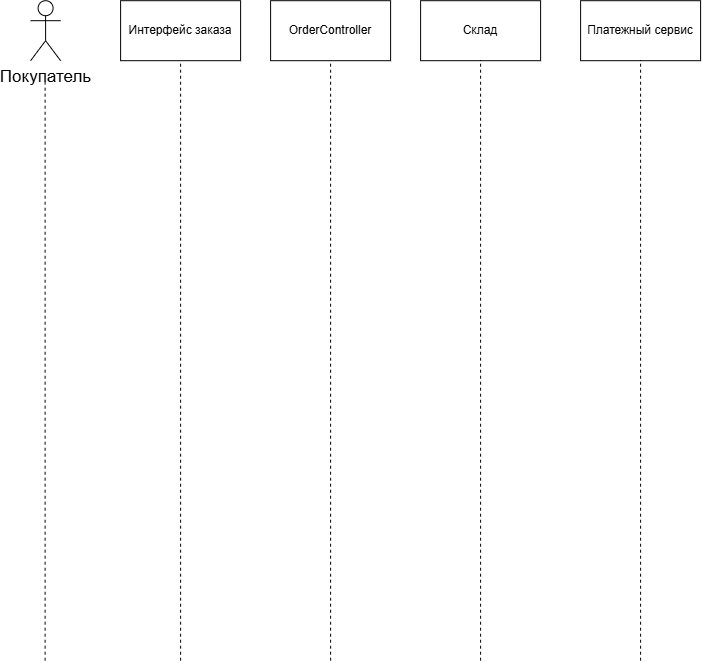
Earlier version of the draw.io export UML-диаграмма(PNG).png (diaganz0709-ai/UML). Source tidied: cells renumbered, new cells last; positions are measured from the earlier drawing's top-left corner, leaving out a move shared by most shapes.
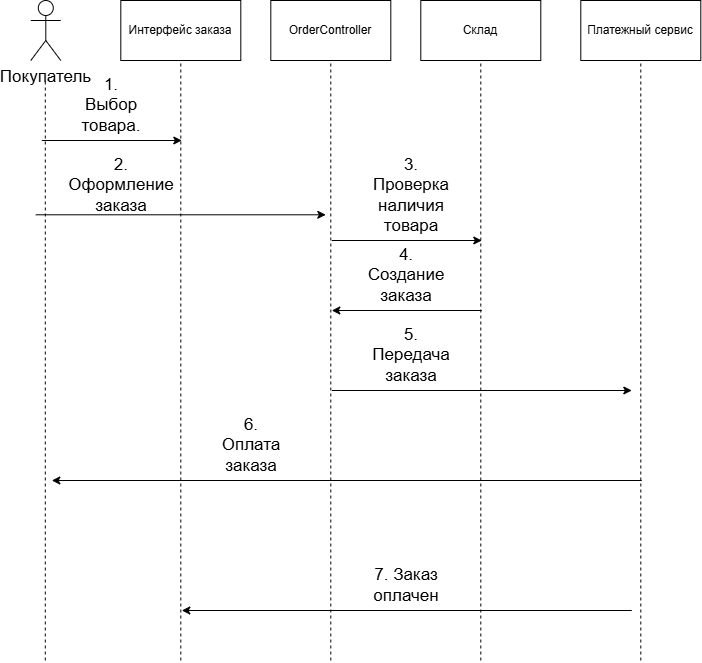
After the commit.

What changed in the source:
```diff
@@ -43,5 +43,68 @@
         <mxPoint x="610" y="660" as="sourcePoint" />
       </mxGeometry>
     </mxCell>
+    <mxCell id="12" style="endArrow=classic;html=1;rounded=0;" parent="1" edge="1">
+      <mxGeometry relative="1" as="geometry">
+        <mxPoint x="11" y="140" as="sourcePoint" />
+        <mxPoint x="151" y="140" as="targetPoint" />
+      </mxGeometry>
+    </mxCell>
+    <mxCell id="13" value="1. Выбор товара." style="text;html=1;whiteSpace=wrap;strokeColor=none;fillColor=none;align=center;verticalAlign=middle;rounded=0;fontSize=17;" parent="1" vertex="1">
+      <mxGeometry x="51" y="90" width="60" height="30" as="geometry" />
+    </mxCell>
+    <mxCell id="14" style="endArrow=classic;html=1;rounded=0;" parent="1" edge="1">
+      <mxGeometry relative="1" as="geometry">
+        <mxPoint x="5" y="214.3" as="sourcePoint" />
+        <mxPoint x="295" y="214.3" as="targetPoint" />
+      </mxGeometry>
+    </mxCell>
+    <mxCell id="15" value="2. Оформление заказа" style="text;html=1;whiteSpace=wrap;strokeColor=none;fillColor=none;align=center;verticalAlign=middle;rounded=0;fontSize=17;" parent="1" vertex="1">
+      <mxGeometry x="61" y="170" width="60" height="30" as="geometry" />
+    </mxCell>
+    <mxCell id="16" style="endArrow=classic;html=1;rounded=0;fontSize=17;" parent="1" edge="1">
+      <mxGeometry relative="1" as="geometry">
+        <mxPoint x="301" y="240" as="sourcePoint" />
+        <mxPoint x="451" y="240" as="targetPoint" />
+      </mxGeometry>
+    </mxCell>
+    <mxCell id="17" value="3. Проверка наличия товара" style="text;html=1;whiteSpace=wrap;strokeColor=none;fillColor=none;align=center;verticalAlign=middle;rounded=0;fontSize=17;" parent="1" vertex="1">
+      <mxGeometry x="341" y="180" width="80" height="30" as="geometry" />
+    </mxCell>
+    <mxCell id="18" style="endArrow=classic;html=1;rounded=0;fontSize=17;" parent="1" edge="1">
+      <mxGeometry relative="1" as="geometry">
+        <mxPoint x="451" y="310" as="sourcePoint" />
+        <mxPoint x="301" y="310" as="targetPoint" />
+      </mxGeometry>
+    </mxCell>
+    <mxCell id="19" value="4. Создание заказа" style="text;html=1;whiteSpace=wrap;strokeColor=none;fillColor=none;align=center;verticalAlign=middle;rounded=0;fontSize=17;" parent="1" vertex="1">
+      <mxGeometry x="341" y="260" width="70" height="30" as="geometry" />
+    </mxCell>
+    <mxCell id="20" style="endArrow=classic;html=1;rounded=0;" parent="1" edge="1">
+      <mxGeometry relative="1" as="geometry">
+        <mxPoint x="301" y="390" as="sourcePoint" />
+        <mxPoint x="601" y="390" as="targetPoint" />
+      </mxGeometry>
+    </mxCell>
+    <mxCell id="21" value="5. Передача заказа" style="text;html=1;whiteSpace=wrap;strokeColor=none;fillColor=none;align=center;verticalAlign=middle;rounded=0;fontSize=17;" parent="1" vertex="1">
+      <mxGeometry x="351" y="340" width="60" height="30" as="geometry" />
+    </mxCell>
+    <mxCell id="22" style="endArrow=classic;html=1;rounded=0;" parent="1" edge="1">
+      <mxGeometry relative="1" as="geometry">
+        <mxPoint x="611" y="480" as="sourcePoint" />
+        <mxPoint x="21" y="480" as="targetPoint" />
+      </mxGeometry>
+    </mxCell>
+    <mxCell id="23" value="6. Оплата заказа" style="text;html=1;whiteSpace=wrap;strokeColor=none;fillColor=none;align=center;verticalAlign=middle;rounded=0;fontSize=17;" parent="1" vertex="1">
+      <mxGeometry x="191" y="430" width="60" height="30" as="geometry" />
+    </mxCell>
+    <mxCell id="24" style="endArrow=classic;html=1;rounded=0;" parent="1" edge="1">
+      <mxGeometry relative="1" as="geometry">
+        <mxPoint x="601" y="610" as="sourcePoint" />
+        <mxPoint x="151" y="610" as="targetPoint" />
+      </mxGeometry>
+    </mxCell>
+    <mxCell id="25" value="&lt;font style=&quot;font-size: 17px;&quot;&gt;7. Заказ оплачен&lt;/font&gt;" style="text;html=1;whiteSpace=wrap;strokeColor=none;fillColor=none;align=center;verticalAlign=middle;rounded=0;" parent="1" vertex="1">
+      <mxGeometry x="346" y="570" width="60" height="30" as="geometry" />
+    </mxCell>
   </root>
 </mxGraphModel>
```
